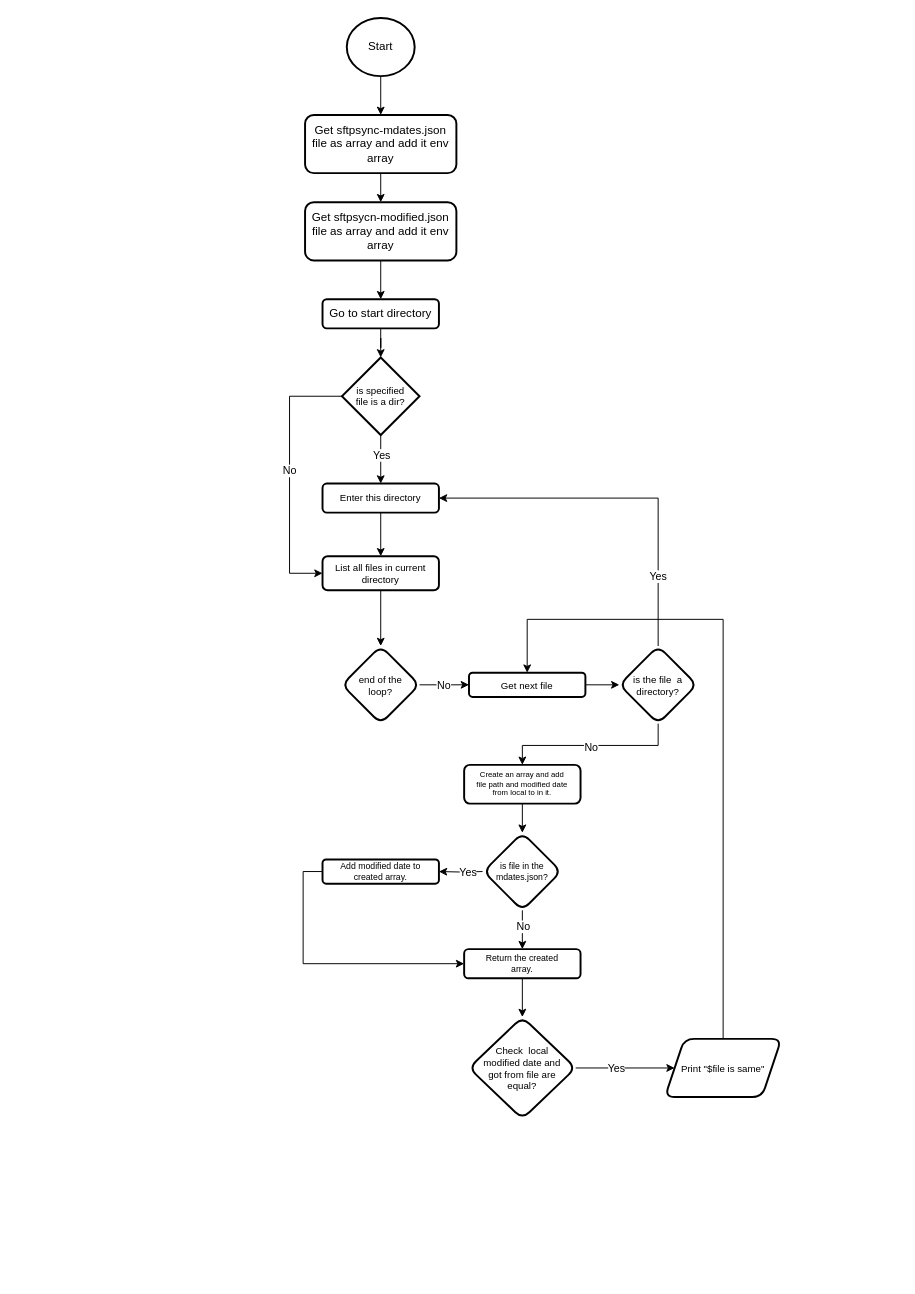
Earlier version of the draw.io diagram sftpsync-phpside.drawio (melihkaragoz/docs). Source tidied: cells renumbered, new cells numbered last; positions are measured from the earlier drawing's top-left corner, leaving out a move shared by most shapes. Both pictures are drawn from the tidied source at 97%, with x=0, y=0 at pixel (289, 17).
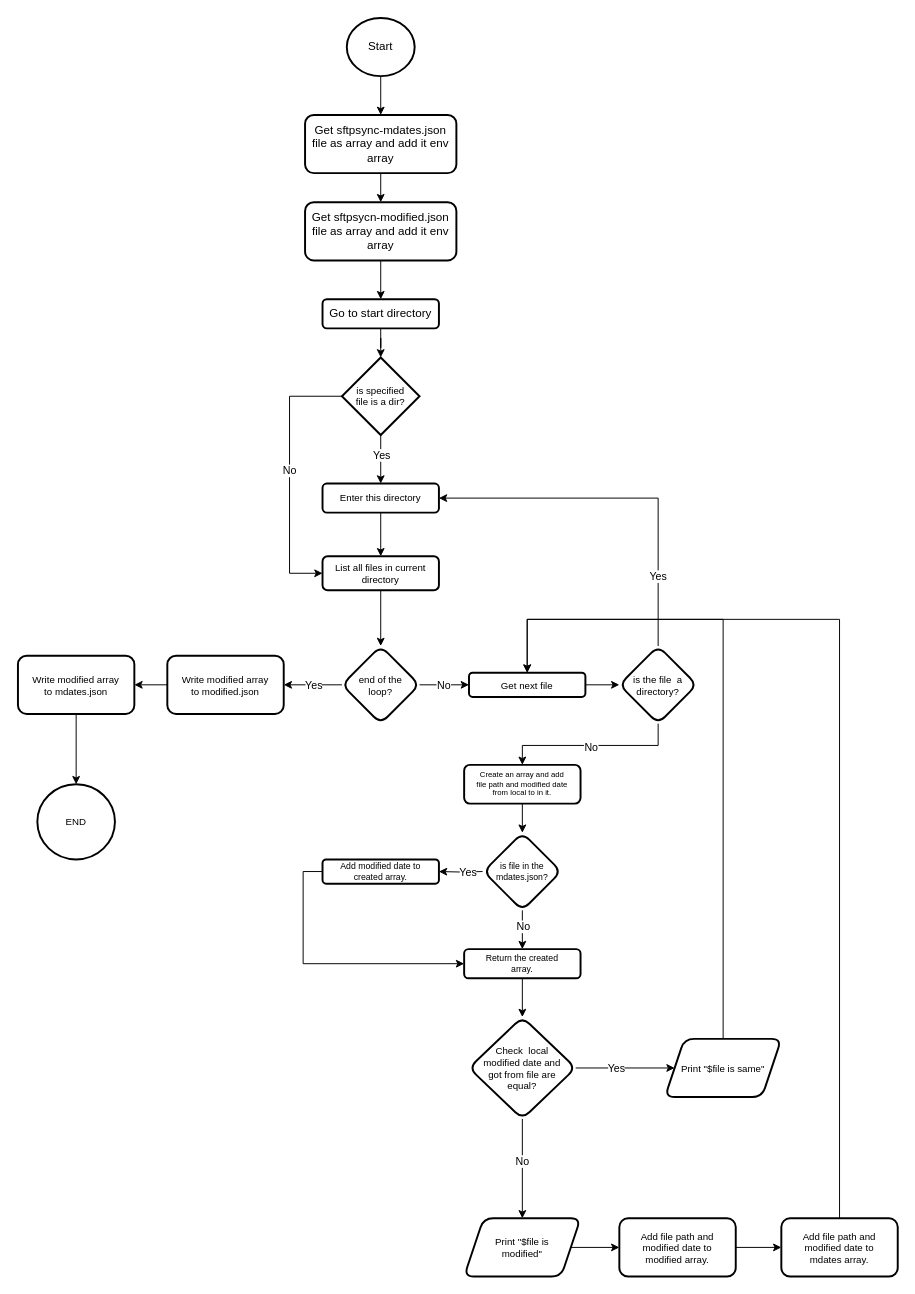
The same diagram, later.

The change refers to these unchanged cells:
```xml
<mxCell id="17" value="end of the loop?" style="rhombus;whiteSpace=wrap;html=1;fontSize=10;rounded=1;strokeWidth=2;spacing=14;" parent="1" vertex="1">
  <mxGeometry x="54" y="647.5" width="80" height="80" as="geometry" />
</mxCell>
<mxCell id="40" value="Check&amp;nbsp; local modified date and got from file are equal?" style="rhombus;whiteSpace=wrap;html=1;fontSize=10;rounded=1;strokeWidth=2;spacing=16;" parent="1" vertex="1">
  <mxGeometry x="185" y="1030" width="110" height="105" as="geometry" />
</mxCell>
<mxCell id="42" value="Get next file" style="rounded=1;whiteSpace=wrap;html=1;fontSize=10;strokeWidth=2;spacing=14;" parent="1" vertex="1">
  <mxGeometry x="185" y="675" width="120" height="25" as="geometry" />
</mxCell>
```

What changed in the source:
```diff
@@
+    <mxCell id="45" style="edgeStyle=orthogonalEdgeStyle;rounded=0;jettySize=auto;html=1;" parent="1" edge="1" source="17" target="56">
+      <mxGeometry relative="1" as="geometry" />
+    </mxCell>
+    <mxCell id="46" value="Yes" style="edgeLabel;html=1;align=center;verticalAlign=middle;" parent="45" vertex="1">
+      <mxGeometry x="-0.01" relative="1" as="geometry" />
+    </mxCell>
@@
+    <mxCell id="47" style="edgeStyle=orthogonalEdgeStyle;rounded=0;jettySize=auto;html=1;" parent="1" edge="1" source="40" target="50">
+      <mxGeometry relative="1" as="geometry" />
+    </mxCell>
+    <mxCell id="48" value="No" style="edgeLabel;html=1;align=center;verticalAlign=middle;" parent="47" vertex="1">
+      <mxGeometry x="-0.16" y="-1" relative="1" as="geometry" />
+    </mxCell>
@@
+    <mxCell id="49" style="edgeStyle=orthogonalEdgeStyle;rounded=0;jettySize=auto;html=1;" parent="1" edge="1" source="50" target="52">
+      <mxGeometry relative="1" as="geometry" />
+    </mxCell>
+    <mxCell id="50" value="Print &quot;$file is modified&quot;" style="shape=parallelogram;perimeter=parallelogramPerimeter;whiteSpace=wrap;html=1;fixedSize=1;fontSize=10;rounded=1;strokeWidth=2;spacing=16;" parent="1" vertex="1">
+      <mxGeometry x="180" y="1237.5" width="120" height="60" as="geometry" />
+    </mxCell>
+    <mxCell id="51" style="edgeStyle=orthogonalEdgeStyle;rounded=0;jettySize=auto;html=1;exitX=1;exitY=0.5;exitDx=0;exitDy=0;entryX=0;entryY=0.5;entryDx=0;entryDy=0;" parent="1" edge="1" source="52" target="54">
+      <mxGeometry relative="1" as="geometry" />
+    </mxCell>
+    <mxCell id="52" value="Add file path and modified date to modified array." style="rounded=1;whiteSpace=wrap;html=1;fontSize=10;strokeWidth=2;spacing=16;" parent="1" vertex="1">
+      <mxGeometry x="340" y="1237.5" width="120" height="60" as="geometry" />
+    </mxCell>
+    <mxCell id="53" style="edgeStyle=orthogonalEdgeStyle;rounded=0;jettySize=auto;html=1;entryX=0.5;entryY=0;entryDx=0;entryDy=0;" parent="1" edge="1" source="54" target="42">
+      <mxGeometry relative="1" as="geometry">
+        <Array as="points">
+          <mxPoint x="567" y="620" />
+          <mxPoint x="245" y="620" />
+        </Array>
+      </mxGeometry>
+    </mxCell>
+    <mxCell id="54" value="Add file path and modified date to mdates array." style="rounded=1;whiteSpace=wrap;html=1;fontSize=10;strokeWidth=2;spacing=16;" parent="1" vertex="1">
+      <mxGeometry x="507" y="1237.5" width="120" height="60" as="geometry" />
+    </mxCell>
+    <mxCell id="55" style="edgeStyle=orthogonalEdgeStyle;rounded=0;jettySize=auto;html=1;exitX=0;exitY=0.5;exitDx=0;exitDy=0;entryX=1;entryY=0.5;entryDx=0;entryDy=0;" parent="1" edge="1" source="56" target="58">
+      <mxGeometry relative="1" as="geometry" />
+    </mxCell>
+    <mxCell id="56" value="Write modified array to modified.json" style="rounded=1;whiteSpace=wrap;html=1;fontSize=10;strokeWidth=2;spacing=14;" parent="1" vertex="1">
+      <mxGeometry x="-126" y="657.5" width="120" height="60" as="geometry" />
+    </mxCell>
+    <mxCell id="57" style="edgeStyle=orthogonalEdgeStyle;rounded=0;jettySize=auto;html=1;" parent="1" edge="1" source="58" target="59">
+      <mxGeometry relative="1" as="geometry" />
+    </mxCell>
+    <mxCell id="58" value="Write modified array to mdates.json" style="rounded=1;whiteSpace=wrap;html=1;fontSize=10;strokeWidth=2;spacing=14;" parent="1" vertex="1">
+      <mxGeometry x="-280" y="657.5" width="120" height="60" as="geometry" />
+    </mxCell>
+    <mxCell id="59" value="END" style="ellipse;whiteSpace=wrap;html=1;fontSize=10;rounded=1;strokeWidth=2;spacing=14;" parent="1" vertex="1">
+      <mxGeometry x="-260" y="790" width="80" height="77.5" as="geometry" />
+    </mxCell>
```
